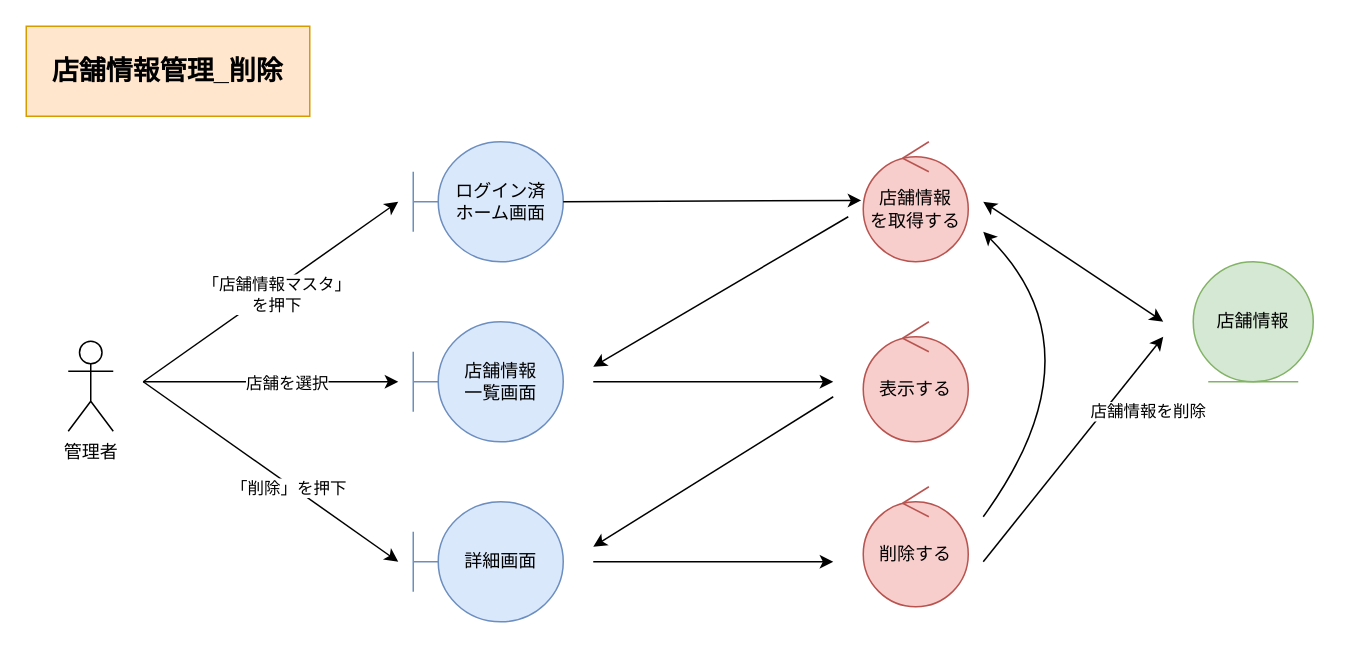
Above: page "*店舗情報管理_削除" (4 of 4) of 各種設計書/3ロバストネス図/マスタ管理/F02店舗マスタ.drawio in HaruShim/Sotuken (draw.io), before the change. Source tidied: cells renumbered, new cells numbered last; positions are measured from the earlier drawing's top-left corner, leaving out a move shared by most shapes. Both pictures are drawn from the tidied source at 150%, with x=0, y=0 at pixel (26, 26).
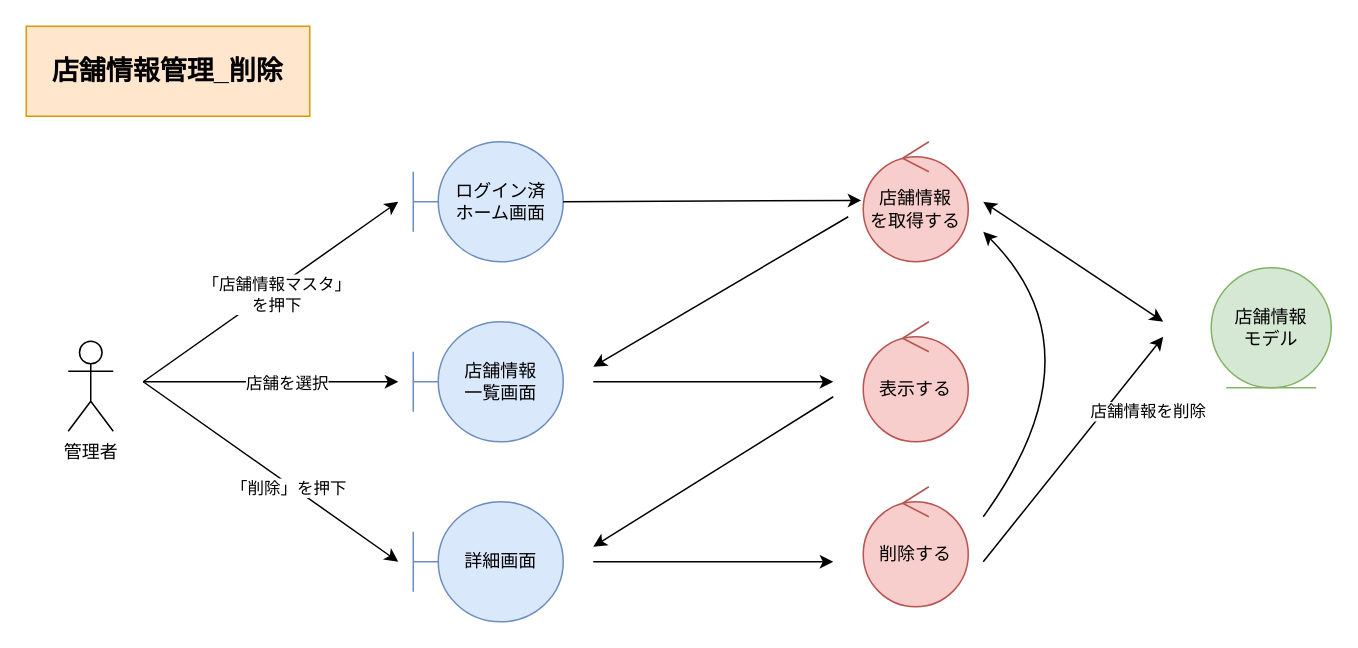
Above is the later version.

Change to the diagram source:
```diff
@@
-    <mxCell id="5" value="店舗情報" style="ellipse;shape=umlEntity;whiteSpace=wrap;html=1;fillColor=#d5e8d4;strokeColor=#82b366;" parent="1" vertex="1">
-      <mxGeometry x="778" y="157" width="80" height="80" as="geometry" />
-    </mxCell>
@@
+    <mxCell id="26" value="店舗情報&lt;br&gt;モデル" style="ellipse;shape=umlEntity;whiteSpace=wrap;html=1;fillColor=#d5e8d4;strokeColor=#82b366;" parent="1" vertex="1">
+      <mxGeometry x="790" y="161" width="80" height="80" as="geometry" />
+    </mxCell>
```
